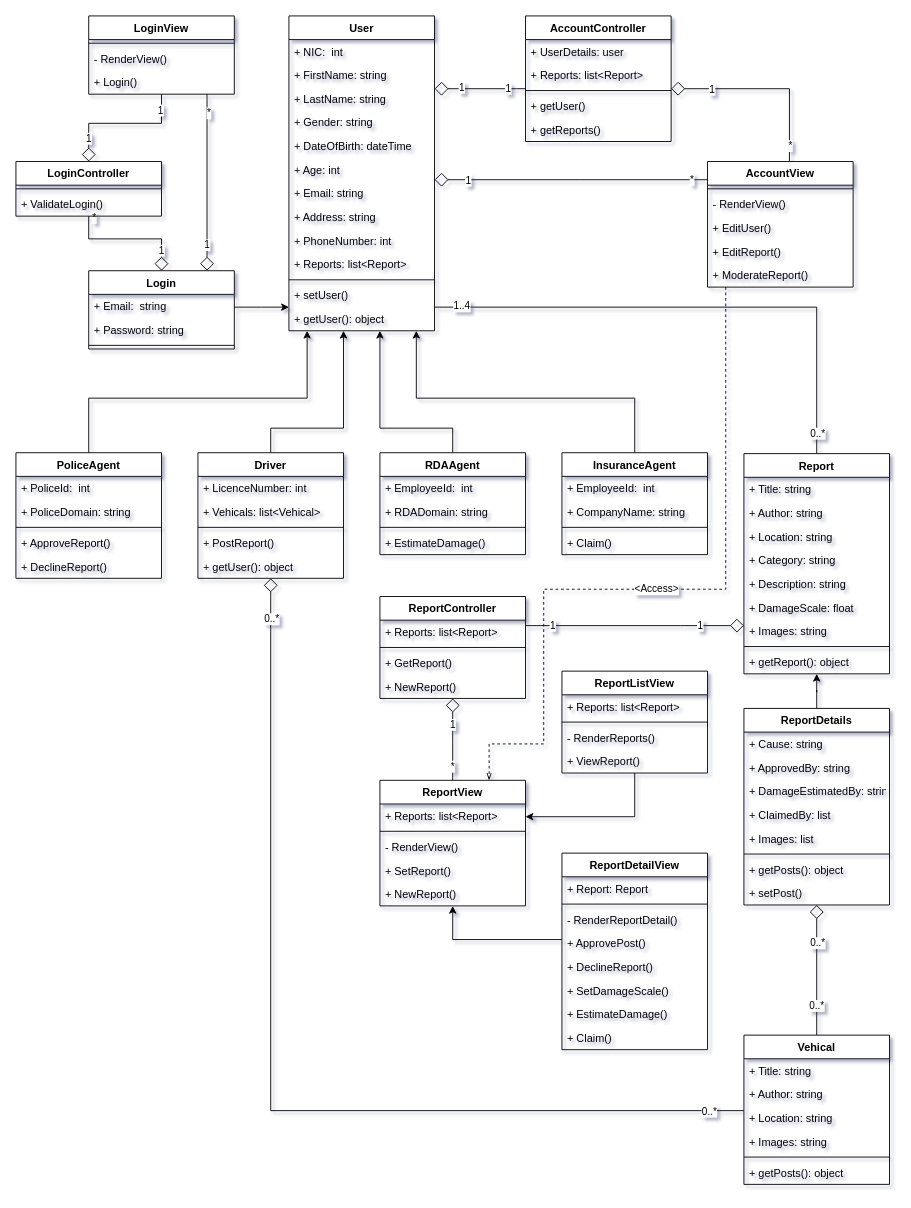
Earlier version of the draw.io diagram page "ClassDiagram" (2 of 2) of Diagrams/Diagrams.drawio (haritha99ch/PUSL2020CourseWork). Source tidied: cells renumbered, new cells numbered last; positions are measured from the earlier drawing's top-left corner, leaving out a move shared by most shapes. Both pictures are drawn from the tidied source at 91%, with x=0, y=0 at pixel (15, 15).
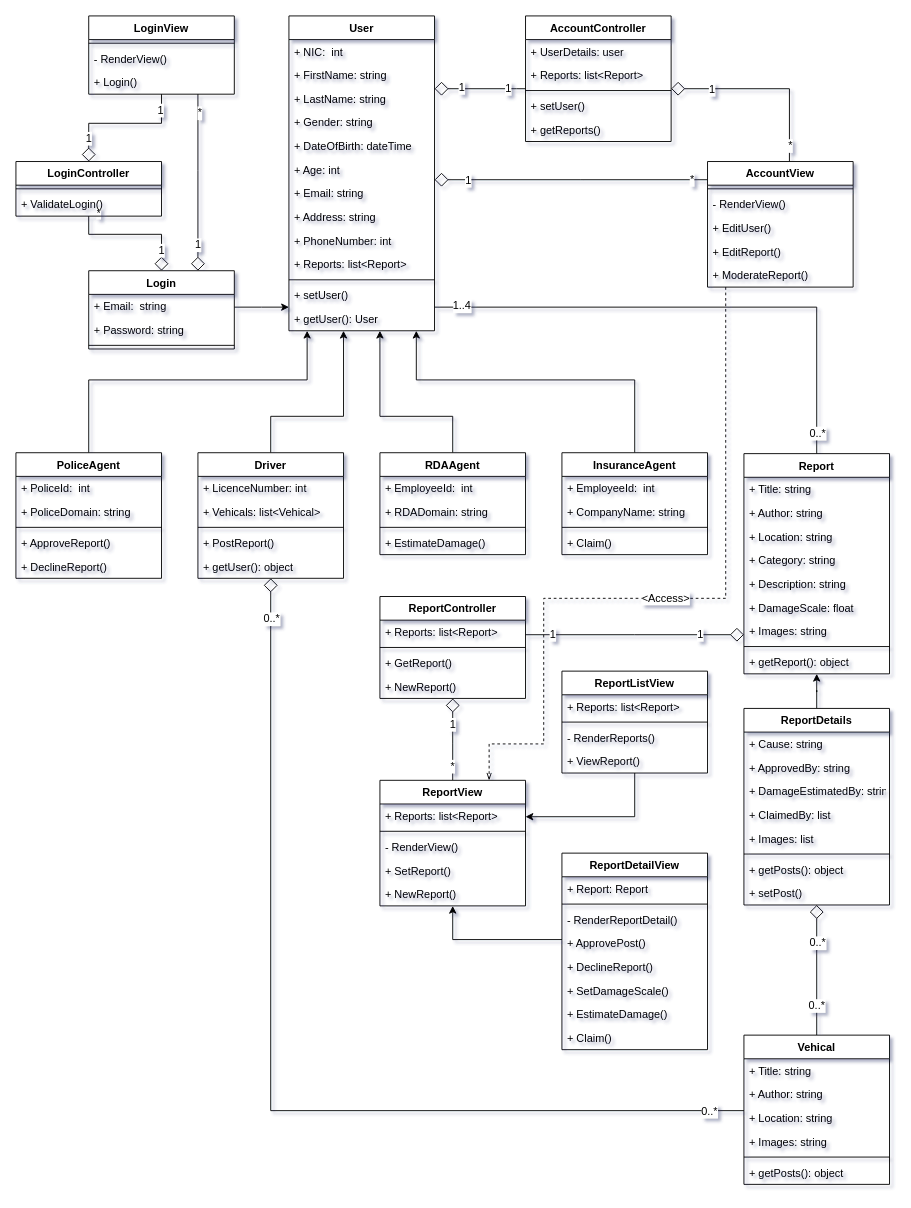
Above is the later version.

Commit message (it also covers changes not shown here):
Models: Created and configured Vehicle model

The change refers to these unchanged cells:
```xml
<mxCell id="6" style="edgeStyle=orthogonalEdgeStyle;rounded=0;jettySize=auto;html=1;startArrow=none;startFill=0;endArrow=none;endFill=0;entryX=0.5;entryY=0;entryDx=0;entryDy=0;" parent="1" edge="1" source="16" target="34">
  <mxGeometry relative="1" as="geometry">
    <Array as="points">
      <mxPoint x="880" y="320" />
    </Array>
  </mxGeometry>
</mxCell>
<mxCell id="10" style="edgeStyle=orthogonalEdgeStyle;rounded=0;jettySize=auto;html=1;startArrow=diamond;startFill=0;endArrow=none;endFill=0;strokeWidth=1;endSize=6;startSize=13;" parent="1" edge="1" source="16" target="59">
  <mxGeometry relative="1" as="geometry">
    <Array as="points">
      <mxPoint x="550" y="80" />
      <mxPoint x="550" y="80" />
    </Array>
  </mxGeometry>
</mxCell>
<mxCell id="13" style="edgeStyle=orthogonalEdgeStyle;rounded=0;jettySize=auto;html=1;startArrow=diamond;startFill=0;endArrow=none;endFill=0;startSize=13;endSize=6;strokeWidth=1;" parent="1" edge="1" source="16" target="106">
  <mxGeometry relative="1" as="geometry">
    <Array as="points">
      <mxPoint x="620" y="180" />
      <mxPoint x="620" y="180" />
    </Array>
  </mxGeometry>
</mxCell>
<mxCell id="16" value="User" style="swimlane;fontStyle=1;align=center;verticalAlign=top;horizontal=1;startSize=26;" parent="1" vertex="1">
  <mxGeometry x="300" width="160" height="346" as="geometry" />
</mxCell>
<mxCell id="34" value="Report" style="swimlane;fontStyle=1;align=center;verticalAlign=top;horizontal=1;startSize=26;" parent="1" vertex="1">
  <mxGeometry x="800" y="481" width="160" height="242" as="geometry" />
</mxCell>
<mxCell id="44" style="edgeStyle=orthogonalEdgeStyle;rounded=0;jettySize=auto;html=1;entryX=0.5;entryY=0;entryDx=0;entryDy=0;fontSize=22;endArrow=none;endFill=0;startArrow=diamond;startFill=0;endSize=13;startSize=13;" parent="1" edge="1" source="47" target="65">
  <mxGeometry relative="1" as="geometry" />
</mxCell>
<mxCell id="56" style="edgeStyle=orthogonalEdgeStyle;rounded=0;jettySize=auto;html=1;startArrow=diamond;startFill=0;endArrow=none;endFill=0;startSize=13;endSize=6;strokeWidth=1;" parent="1" edge="1" source="59" target="106">
  <mxGeometry relative="1" as="geometry">
    <Array as="points">
      <mxPoint x="850" y="80" />
    </Array>
  </mxGeometry>
</mxCell>
<mxCell id="59" value="AccountController" style="swimlane;fontStyle=1;align=center;verticalAlign=top;horizontal=1;startSize=26;" parent="1" vertex="1">
  <mxGeometry x="560" width="160" height="138" as="geometry" />
</mxCell>
<mxCell id="72" value="PoliceAgent" style="swimlane;fontStyle=1;align=center;verticalAlign=top;horizontal=1;startSize=26;" parent="1" vertex="1">
  <mxGeometry y="480" width="160" height="138" as="geometry" />
</mxCell>
<mxCell id="78" style="edgeStyle=orthogonalEdgeStyle;rounded=0;jettySize=auto;html=1;startArrow=diamond;startFill=0;endArrow=none;endFill=0;startSize=13;endSize=6;strokeWidth=1;" parent="1" edge="1" source="81" target="65">
  <mxGeometry relative="1" as="geometry">
    <Array as="points">
      <mxPoint x="280" y="1203" />
    </Array>
  </mxGeometry>
</mxCell>
<mxCell id="81" value="Driver" style="swimlane;fontStyle=1;align=center;verticalAlign=top;horizontal=1;startSize=26;" parent="1" vertex="1">
  <mxGeometry x="200" y="480" width="160" height="138" as="geometry" />
</mxCell>
<mxCell id="87" value="RDAAgent" style="swimlane;fontStyle=1;align=center;verticalAlign=top;horizontal=1;startSize=26;" parent="1" vertex="1">
  <mxGeometry x="400" y="480" width="160" height="112" as="geometry" />
</mxCell>
<mxCell id="92" value="InsuranceAgent" style="swimlane;fontStyle=1;align=center;verticalAlign=top;horizontal=1;startSize=26;" parent="1" vertex="1">
  <mxGeometry x="600" y="480" width="160" height="112" as="geometry" />
</mxCell>
<mxCell id="100" value="Login" style="swimlane;fontStyle=1;align=center;verticalAlign=top;horizontal=1;startSize=26;" parent="1" vertex="1">
  <mxGeometry x="80" y="280" width="160" height="86" as="geometry" />
</mxCell>
<mxCell id="106" value="AccountView" style="swimlane;fontStyle=1;align=center;verticalAlign=top;horizontal=1;startSize=26;" parent="1" vertex="1">
  <mxGeometry x="760" y="160" width="160" height="138" as="geometry" />
</mxCell>
<mxCell id="112" style="edgeStyle=orthogonalEdgeStyle;rounded=0;jettySize=auto;html=1;startArrow=diamond;startFill=0;endArrow=none;endFill=0;startSize=13;endSize=6;strokeWidth=1;" parent="1" edge="1" source="115" target="122">
  <mxGeometry relative="1" as="geometry">
    <Array as="points">
      <mxPoint x="480" y="800" />
      <mxPoint x="480" y="800" />
    </Array>
  </mxGeometry>
</mxCell>
<mxCell id="115" value="ReportController" style="swimlane;fontStyle=1;align=center;verticalAlign=top;horizontal=1;startSize=26;" parent="1" vertex="1">
  <mxGeometry x="400" y="638" width="160" height="112" as="geometry" />
</mxCell>
<mxCell id="122" value="ReportView" style="swimlane;fontStyle=1;align=center;verticalAlign=top;horizontal=1;startSize=26;" parent="1" vertex="1">
  <mxGeometry x="400" y="840" width="160" height="138" as="geometry" />
</mxCell>
<mxCell id="142" style="edgeStyle=orthogonalEdgeStyle;rounded=0;jettySize=auto;html=1;startArrow=diamond;startFill=0;endArrow=none;endFill=0;startSize=13;endSize=13;" parent="1" edge="1" source="145" target="151">
  <mxGeometry relative="1" as="geometry" />
</mxCell>
<mxCell id="145" value="LoginController" style="swimlane;fontStyle=1;align=center;verticalAlign=top;horizontal=1;startSize=26;" parent="1" vertex="1">
  <mxGeometry y="160" width="160" height="60" as="geometry" />
</mxCell>
<mxCell id="151" value="LoginView" style="swimlane;fontStyle=1;align=center;verticalAlign=top;horizontal=1;startSize=26;" parent="1" vertex="1">
  <mxGeometry x="80" width="160" height="86" as="geometry" />
</mxCell>
```

The edit, as a diff of the source:
```diff
@@
     <mxCell id="2" style="edgeStyle=orthogonalEdgeStyle;rounded=0;jettySize=auto;html=1;startArrow=classic;startFill=1;endArrow=none;endFill=0;" parent="1" edge="1" source="16" target="72">
       <mxGeometry relative="1" as="geometry">
         <Array as="points">
-          <mxPoint x="320" y="420" />
-          <mxPoint x="80" y="420" />
+          <mxPoint x="320" y="400" />
+          <mxPoint x="80" y="400" />
         </Array>
       </mxGeometry>
     </mxCell>
     <mxCell id="3" style="edgeStyle=orthogonalEdgeStyle;rounded=0;jettySize=auto;html=1;startArrow=classic;startFill=1;endArrow=none;endFill=0;" parent="1" edge="1" source="16" target="81">
       <mxGeometry relative="1" as="geometry">
         <Array as="points">
-          <mxPoint x="360" y="453" />
-          <mxPoint x="280" y="453" />
+          <mxPoint x="360" y="440" />
+          <mxPoint x="280" y="440" />
         </Array>
       </mxGeometry>
     </mxCell>
     <mxCell id="4" style="edgeStyle=orthogonalEdgeStyle;rounded=0;jettySize=auto;html=1;startArrow=classic;startFill=1;endArrow=none;endFill=0;" parent="1" edge="1" source="16" target="87">
       <mxGeometry relative="1" as="geometry">
         <Array as="points">
-          <mxPoint x="400" y="453" />
-          <mxPoint x="480" y="453" />
+          <mxPoint x="400" y="440" />
+          <mxPoint x="480" y="440" />
         </Array>
       </mxGeometry>
     </mxCell>
     <mxCell id="5" style="edgeStyle=orthogonalEdgeStyle;rounded=0;jettySize=auto;html=1;startArrow=classic;startFill=1;endArrow=none;endFill=0;" parent="1" edge="1" source="16" target="92">
       <mxGeometry relative="1" as="geometry">
         <Array as="points">
-          <mxPoint x="440" y="420" />
-          <mxPoint x="680" y="420" />
+          <mxPoint x="440" y="400" />
+          <mxPoint x="680" y="400" />
         </Array>
       </mxGeometry>
     </mxCell>
@@
-    <mxCell id="7" value="1..4" style="edgeLabel;html=1;align=center;verticalAlign=middle;" parent="6" vertex="1">
+    <mxCell id="7" value="1..4" style="edgeLabel;html=1;align=center;verticalAlign=middle;fontSize=12;" parent="6" vertex="1">
       <mxGeometry x="-0.9" y="2" relative="1" as="geometry" />
     </mxCell>
-    <mxCell id="8" value="0..*" style="edgeLabel;html=1;align=center;verticalAlign=middle;" parent="6" vertex="1">
+    <mxCell id="8" value="0..*" style="edgeLabel;html=1;align=center;verticalAlign=middle;fontSize=12;" parent="6" vertex="1">
       <mxGeometry x="0.92" relative="1" as="geometry" />
     </mxCell>
@@
-    <mxCell id="11" value="1" style="edgeLabel;html=1;align=center;verticalAlign=middle;" parent="10" vertex="1">
+    <mxCell id="11" value="1" style="edgeLabel;html=1;align=center;verticalAlign=middle;fontSize=12;" parent="10" vertex="1">
       <mxGeometry x="-0.81" y="2" relative="1" as="geometry">
         <mxPoint x="20" as="offset" />
       </mxGeometry>
     </mxCell>
-    <mxCell id="12" value="1" style="edgeLabel;html=1;align=center;verticalAlign=middle;" parent="10" vertex="1">
+    <mxCell id="12" value="1" style="edgeLabel;html=1;align=center;verticalAlign=middle;fontSize=12;" parent="10" vertex="1">
       <mxGeometry x="0.85" y="1" relative="1" as="geometry">
         <mxPoint x="-13" as="offset" />
       </mxGeometry>
     </mxCell>
@@
-    <mxCell id="14" value="1" style="edgeLabel;html=1;align=center;verticalAlign=middle;" parent="13" vertex="1">
+    <mxCell id="14" value="1" style="edgeLabel;html=1;align=center;verticalAlign=middle;fontSize=12;" parent="13" vertex="1">
       <mxGeometry x="-0.76" relative="1" as="geometry" />
     </mxCell>
-    <mxCell id="15" value="*" style="edgeLabel;html=1;align=center;verticalAlign=middle;" parent="13" vertex="1">
+    <mxCell id="15" value="*" style="edgeLabel;html=1;align=center;verticalAlign=middle;fontSize=12;" parent="13" vertex="1">
       <mxGeometry x="0.88" y="1" relative="1" as="geometry" />
     </mxCell>
@@
-    <mxCell id="29" value="+ getUser(): object" style="text;strokeColor=none;fillColor=none;align=left;verticalAlign=top;spacingLeft=4;spacingRight=4;overflow=hidden;" parent="16" vertex="1">
+    <mxCell id="29" value="+ getUser(): User" style="text;strokeColor=none;fillColor=none;align=left;verticalAlign=top;spacingLeft=4;spacingRight=4;overflow=hidden;" parent="16" vertex="1">
       <mxGeometry y="320" width="160" height="26" as="geometry" />
     </mxCell>
@@
     <mxCell id="31" style="edgeStyle=orthogonalEdgeStyle;rounded=0;jettySize=auto;html=1;startArrow=diamond;startFill=0;endArrow=none;endFill=0;startSize=13;endSize=6;strokeWidth=1;" parent="1" edge="1" source="34" target="115">
       <mxGeometry relative="1" as="geometry">
         <Array as="points">
-          <mxPoint x="730" y="670" />
-          <mxPoint x="730" y="670" />
+          <mxPoint x="680" y="680" />
+          <mxPoint x="680" y="680" />
         </Array>
       </mxGeometry>
     </mxCell>
-    <mxCell id="32" value="1" style="edgeLabel;html=1;align=center;verticalAlign=middle;" parent="31" vertex="1">
+    <mxCell id="32" value="1" style="edgeLabel;html=1;align=center;verticalAlign=middle;fontSize=12;" parent="31" vertex="1">
       <mxGeometry x="0.78" y="1" relative="1" as="geometry">
         <mxPoint x="3" y="-2" as="offset" />
       </mxGeometry>
     </mxCell>
-    <mxCell id="33" value="1" style="edgeLabel;html=1;align=center;verticalAlign=middle;" parent="31" vertex="1">
+    <mxCell id="33" value="1" style="edgeLabel;html=1;align=center;verticalAlign=middle;fontSize=12;" parent="31" vertex="1">
       <mxGeometry x="-0.75" y="-1" relative="1" as="geometry">
         <mxPoint x="-19" as="offset" />
       </mxGeometry>
     </mxCell>
@@
-    <mxCell id="45" value="0..*" style="edgeLabel;html=1;align=center;verticalAlign=middle;" parent="44" vertex="1">
+    <mxCell id="45" value="0..*" style="edgeLabel;html=1;align=center;verticalAlign=middle;fontSize=12;" parent="44" vertex="1">
       <mxGeometry x="-0.28" y="-1" relative="1" as="geometry">
         <mxPoint x="1" y="-10" as="offset" />
       </mxGeometry>
     </mxCell>
-    <mxCell id="46" value="0..*" style="edgeLabel;html=1;align=center;verticalAlign=middle;" parent="44" vertex="1">
+    <mxCell id="46" value="0..*" style="edgeLabel;html=1;align=center;verticalAlign=middle;fontSize=12;" parent="44" vertex="1">
       <mxGeometry x="0.35" y="-1" relative="1" as="geometry">
         <mxPoint y="13" as="offset" />
       </mxGeometry>
     </mxCell>
@@
-    <mxCell id="57" value="1" style="edgeLabel;html=1;align=center;verticalAlign=middle;" parent="56" vertex="1">
+    <mxCell id="57" value="1" style="edgeLabel;html=1;align=center;verticalAlign=middle;fontSize=12;" parent="56" vertex="1">
       <mxGeometry x="-0.58" relative="1" as="geometry" />
     </mxCell>
-    <mxCell id="58" value="*" style="edgeLabel;html=1;align=center;verticalAlign=middle;" parent="56" vertex="1">
+    <mxCell id="58" value="*" style="edgeLabel;html=1;align=center;verticalAlign=middle;fontSize=12;" parent="56" vertex="1">
       <mxGeometry x="0.71" relative="1" as="geometry">
         <mxPoint y="12" as="offset" />
       </mxGeometry>
     </mxCell>
@@
-    <mxCell id="63" value="+ getUser()" style="text;strokeColor=none;fillColor=none;align=left;verticalAlign=top;spacingLeft=4;spacingRight=4;overflow=hidden;" parent="59" vertex="1">
+    <mxCell id="63" value="+ setUser()" style="text;strokeColor=none;fillColor=none;align=left;verticalAlign=top;spacingLeft=4;spacingRight=4;overflow=hidden;" parent="59" vertex="1">
       <mxGeometry y="86" width="160" height="26" as="geometry" />
     </mxCell>
@@
-    <mxCell id="79" value="0..*" style="edgeLabel;html=1;align=center;verticalAlign=middle;" parent="78" vertex="1">
+    <mxCell id="79" value="0..*" style="edgeLabel;html=1;align=center;verticalAlign=middle;fontSize=12;" parent="78" vertex="1">
       <mxGeometry x="-0.92" relative="1" as="geometry" />
     </mxCell>
-    <mxCell id="80" value="0..*" style="edgeLabel;html=1;align=center;verticalAlign=middle;" parent="78" vertex="1">
+    <mxCell id="80" value="0..*" style="edgeLabel;html=1;align=center;verticalAlign=middle;fontSize=12;" parent="78" vertex="1">
       <mxGeometry x="0.93" relative="1" as="geometry" />
     </mxCell>
@@
     <mxCell id="97" style="edgeStyle=orthogonalEdgeStyle;rounded=0;jettySize=auto;html=1;endArrow=none;endFill=0;startArrow=diamond;startFill=0;startSize=13;endSize=13;" parent="1" edge="1" source="100" target="145">
-      <mxGeometry relative="1" as="geometry" />
+      <mxGeometry relative="1" as="geometry">
+        <Array as="points">
+          <mxPoint x="160" y="240" />
+          <mxPoint x="80" y="240" />
+        </Array>
+      </mxGeometry>
     </mxCell>
-    <mxCell id="98" value="1" style="edgeLabel;html=1;align=center;verticalAlign=middle;" parent="97" vertex="1">
+    <mxCell id="98" value="1" style="edgeLabel;html=1;align=center;verticalAlign=middle;fontSize=12;" parent="97" vertex="1">
       <mxGeometry x="-0.51" y="1" relative="1" as="geometry">
         <mxPoint y="11" as="offset" />
       </mxGeometry>
     </mxCell>
@@
     <mxCell id="104" style="edgeStyle=orthogonalEdgeStyle;rounded=0;jettySize=auto;html=1;startArrow=none;startFill=0;endArrow=openThin;endFill=0;startSize=6;endSize=6;dashed=1;" parent="1" edge="1" source="106" target="122">
       <mxGeometry relative="1" as="geometry">
         <Array as="points">
-          <mxPoint x="780" y="630" />
-          <mxPoint x="580" y="630" />
+          <mxPoint x="780" y="640" />
+          <mxPoint x="580" y="640" />
           <mxPoint x="580" y="800" />
           <mxPoint x="520" y="800" />
         </Array>
       </mxGeometry>
     </mxCell>
-    <mxCell id="105" value="&amp;lt;Access&amp;gt;" style="edgeLabel;html=1;align=center;verticalAlign=middle;" parent="104" vertex="1">
+    <mxCell id="105" value="&amp;lt;Access&amp;gt;" style="edgeLabel;html=1;align=center;verticalAlign=middle;fontSize=12;" parent="104" vertex="1">
       <mxGeometry x="0.02" y="2" relative="1" as="geometry">
         <mxPoint y="-3" as="offset" />
       </mxGeometry>
     </mxCell>
@@
-    <mxCell id="113" value="1" style="edgeLabel;html=1;align=center;verticalAlign=middle;" parent="112" vertex="1">
+    <mxCell id="113" value="1" style="edgeLabel;html=1;align=center;verticalAlign=middle;fontSize=12;" parent="112" vertex="1">
       <mxGeometry x="-0.65" y="4" relative="1" as="geometry">
         <mxPoint x="-5" y="12" as="offset" />
       </mxGeometry>
     </mxCell>
-    <mxCell id="114" value="*" style="edgeLabel;html=1;align=center;verticalAlign=middle;" parent="112" vertex="1">
+    <mxCell id="114" value="*" style="edgeLabel;html=1;align=center;verticalAlign=middle;fontSize=12;" parent="112" vertex="1">
       <mxGeometry x="0.75" y="1" relative="1" as="geometry">
         <mxPoint x="-2" y="-5" as="offset" />
       </mxGeometry>
     </mxCell>
@@
-    <mxCell id="143" value="1" style="edgeLabel;html=1;align=center;verticalAlign=middle;" parent="142" vertex="1">
+    <mxCell id="143" value="1" style="edgeLabel;html=1;align=center;verticalAlign=middle;fontSize=12;" parent="142" vertex="1">
       <mxGeometry x="-0.54" y="-2" relative="1" as="geometry">
         <mxPoint x="-3" y="9" as="offset" />
       </mxGeometry>
     </mxCell>
-    <mxCell id="144" value="1" style="edgeLabel;html=1;align=center;verticalAlign=middle;" parent="142" vertex="1">
+    <mxCell id="144" value="1" style="edgeLabel;html=1;align=center;verticalAlign=middle;fontSize=12;" parent="142" vertex="1">
       <mxGeometry x="0.49" y="2" relative="1" as="geometry">
         <mxPoint x="5" y="-13" as="offset" />
       </mxGeometry>
     </mxCell>
@@
     <mxCell id="148" style="edgeStyle=orthogonalEdgeStyle;rounded=0;jettySize=auto;html=1;startArrow=none;startFill=0;endArrow=diamond;endFill=0;startSize=13;endSize=13;" parent="1" edge="1" source="151" target="100">
       <mxGeometry relative="1" as="geometry">
         <Array as="points">
-          <mxPoint x="210" y="110" />
-          <mxPoint x="210" y="110" />
+          <mxPoint x="200" y="170" />
+          <mxPoint x="200" y="170" />
         </Array>
       </mxGeometry>
     </mxCell>
-    <mxCell id="149" value="1" style="edgeLabel;html=1;align=center;verticalAlign=middle;" parent="148" vertex="1">
+    <mxCell id="149" value="1" style="edgeLabel;html=1;align=center;verticalAlign=middle;fontSize=12;" parent="148" vertex="1">
       <mxGeometry x="0.7" y="-1" relative="1" as="geometry" />
     </mxCell>
-    <mxCell id="150" value="*" style="edgeLabel;html=1;align=center;verticalAlign=middle;" parent="148" vertex="1">
+    <mxCell id="150" value="*" style="edgeLabel;html=1;align=center;verticalAlign=middle;fontSize=12;" parent="148" vertex="1">
       <mxGeometry x="-0.79" y="1" relative="1" as="geometry" />
     </mxCell>
```
